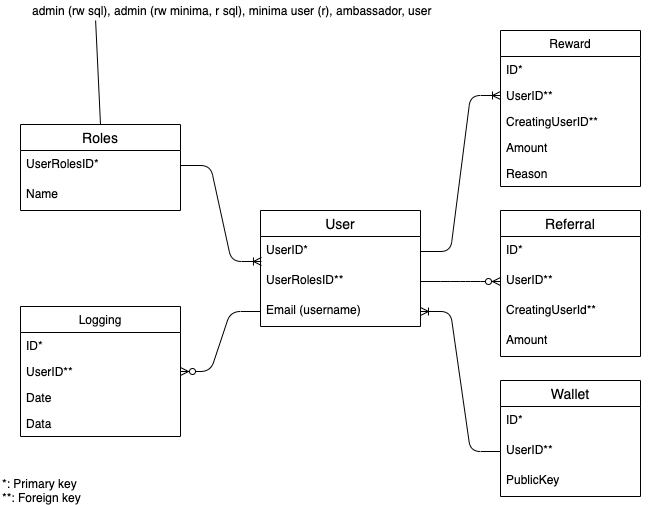
Earlier version of the draw.io export docs/images/dbase.png (minima-global/incentivecash). Source tidied: cells renumbered, new cells last; positions are measured from the earlier drawing's top-left corner, leaving out a move shared by most shapes.
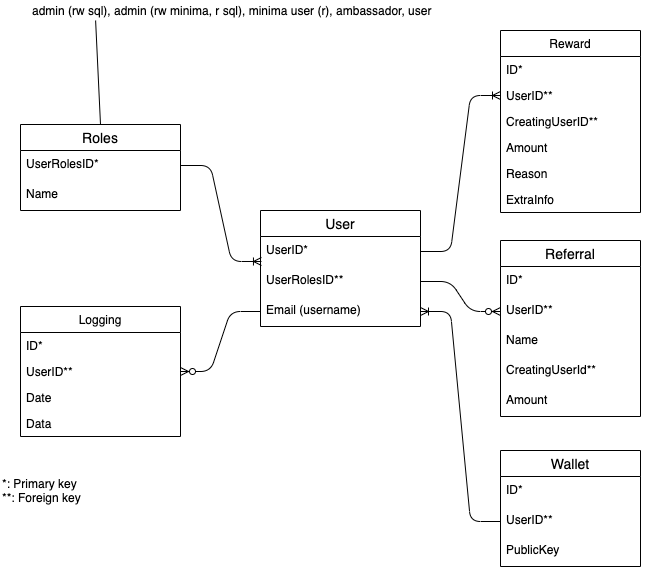
The same file after the commit.

The edit, as a diff of the source:
```diff
@@ -24,7 +24,7 @@
       <mxGeometry y="56" width="160" height="30" as="geometry" />
     </mxCell>
     <mxCell id="9" value="Reward" style="swimlane;fontStyle=0;horizontal=1;startSize=26;fillColor=none;" parent="1" vertex="1">
-      <mxGeometry x="500" y="30" width="140" height="156" as="geometry" />
+      <mxGeometry x="500" y="30" width="140" height="182" as="geometry" />
     </mxCell>
     <mxCell id="10" value="ID*" style="text;strokeColor=none;fillColor=none;align=left;verticalAlign=top;spacingLeft=4;spacingRight=4;overflow=hidden;" parent="9" vertex="1">
       <mxGeometry y="26" width="140" height="26" as="geometry" />
@@ -41,6 +41,9 @@
     <mxCell id="14" value="Reason&#10;" style="text;strokeColor=none;fillColor=none;align=left;verticalAlign=top;spacingLeft=4;spacingRight=4;overflow=hidden;" parent="9" vertex="1">
       <mxGeometry y="130" width="140" height="26" as="geometry" />
     </mxCell>
+    <mxCell id="38" value="ExtraInfo" style="text;strokeColor=none;fillColor=none;align=left;verticalAlign=top;spacingLeft=4;spacingRight=4;overflow=hidden;" parent="9" vertex="1">
+      <mxGeometry y="156" width="140" height="26" as="geometry" />
+    </mxCell>
     <mxCell id="15" value="Logging" style="swimlane;fontStyle=0;horizontal=1;startSize=26;fillColor=none;" parent="1" vertex="1">
       <mxGeometry x="20" y="306" width="160" height="130" as="geometry" />
     </mxCell>
@@ -63,7 +66,7 @@
       <mxGeometry x="30" width="420" height="20" as="geometry" />
     </mxCell>
     <mxCell id="22" value="Referral" style="swimlane;fontStyle=0;horizontal=1;startSize=26;align=center;fontSize=14;" parent="1" vertex="1">
-      <mxGeometry x="500" y="210" width="140" height="146" as="geometry" />
+      <mxGeometry x="500" y="240" width="140" height="176" as="geometry" />
     </mxCell>
     <mxCell id="23" value="ID*" style="text;strokeColor=none;fillColor=none;spacingLeft=4;spacingRight=4;overflow=hidden;fontSize=12;" parent="22" vertex="1">
       <mxGeometry y="26" width="140" height="30" as="geometry" />
@@ -71,11 +74,14 @@
     <mxCell id="24" value="UserID**" style="text;strokeColor=none;fillColor=none;spacingLeft=4;spacingRight=4;overflow=hidden;points=[[0,0.5],[1,0.5]];portConstraint=eastwest;fontSize=12;" parent="22" vertex="1">
       <mxGeometry y="56" width="140" height="30" as="geometry" />
     </mxCell>
+    <mxCell id="39" value="Name" style="text;strokeColor=none;fillColor=none;spacingLeft=4;spacingRight=4;overflow=hidden;fontSize=12;" parent="22" vertex="1">
+      <mxGeometry y="86" width="140" height="30" as="geometry" />
+    </mxCell>
     <mxCell id="25" value="CreatingUserId**" style="text;strokeColor=none;fillColor=none;spacingLeft=4;spacingRight=4;overflow=hidden;fontSize=12;" parent="22" vertex="1">
-      <mxGeometry y="86" width="140" height="30" as="geometry" />
+      <mxGeometry y="116" width="140" height="30" as="geometry" />
     </mxCell>
     <mxCell id="26" value="Amount" style="text;strokeColor=none;fillColor=none;spacingLeft=4;spacingRight=4;overflow=hidden;fontSize=12;" parent="22" vertex="1">
-      <mxGeometry y="116" width="140" height="30" as="geometry" />
+      <mxGeometry y="146" width="140" height="30" as="geometry" />
     </mxCell>
     <mxCell id="27" style="edgeStyle=entityRelationEdgeStyle;fontSize=12;html=1;endArrow=ERzeroToMany;endFill=1;entryX=0;entryY=0.5;entryDx=0;entryDy=0;exitX=1;exitY=0.5;exitDx=0;exitDy=0;" parent="1" edge="1" source="4" target="24">
       <mxGeometry relative="1" as="geometry" />
@@ -93,7 +99,7 @@
       <mxGeometry y="480" width="110" height="20" as="geometry" />
     </mxCell>
     <mxCell id="32" value="Wallet" style="swimlane;fontStyle=0;horizontal=1;startSize=26;align=center;fontSize=14;" parent="1" vertex="1">
-      <mxGeometry x="500" y="380" width="140" height="116" as="geometry" />
+      <mxGeometry x="500" y="450" width="140" height="116" as="geometry" />
     </mxCell>
     <mxCell id="33" value="ID*" style="text;strokeColor=none;fillColor=none;spacingLeft=4;spacingRight=4;overflow=hidden;fontSize=12;" parent="32" vertex="1">
       <mxGeometry y="26" width="140" height="30" as="geometry" />
```
